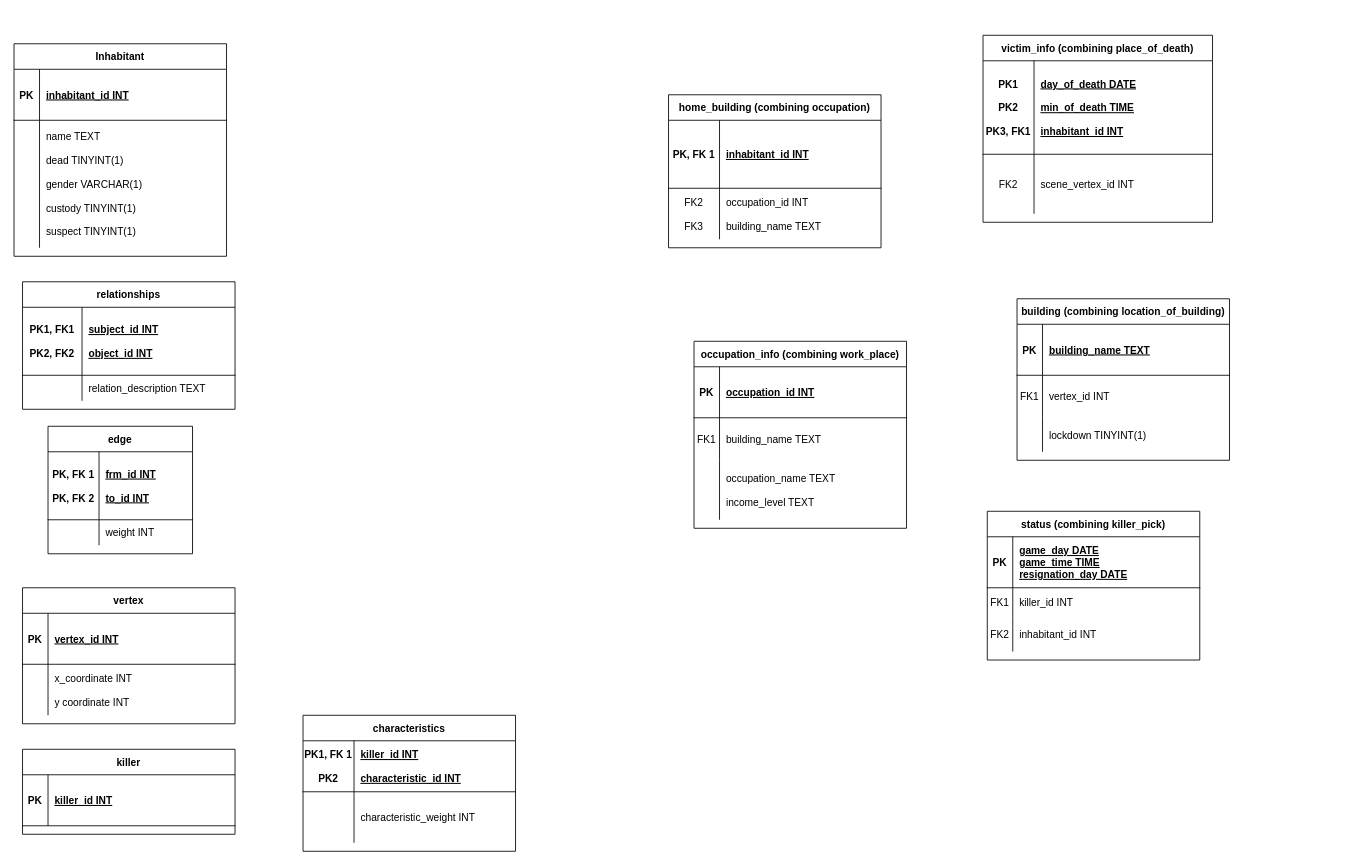
Above: ER_to_relational.drawio in chikubidestroyer/D.-Simulator (draw.io), before the change. Source tidied: cells renumbered, new cells numbered last; positions are measured from the earlier drawing's top-left corner, leaving out a move shared by most shapes. Both pictures are drawn from the tidied source at 85%, with x=0, y=0 at pixel (14, 35).
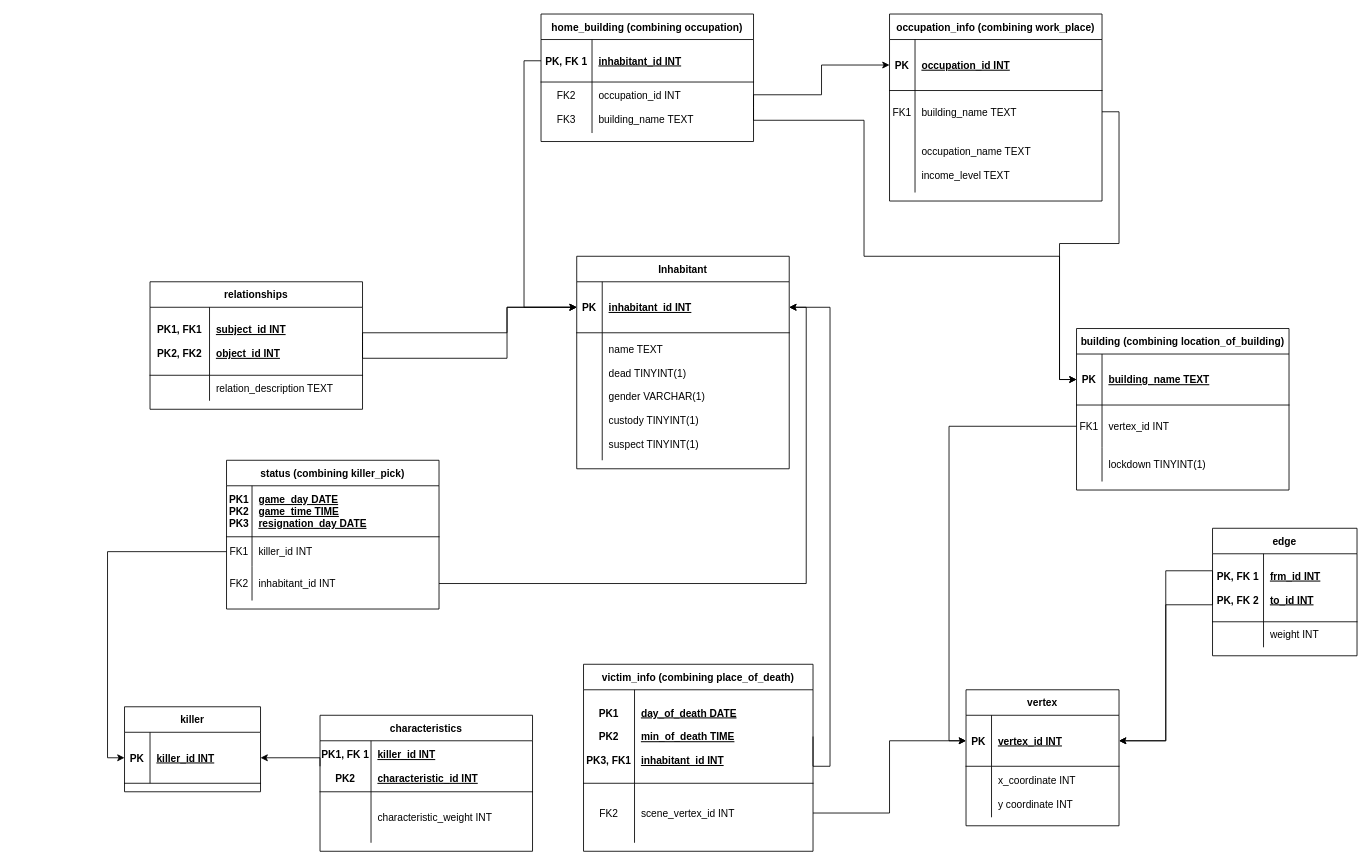
After the change.

Unchanged cells that the change refers to:
```xml
<mxCell id="3" style="shape=partialRectangle;fillColor=none;points=[[0,0.5],[1,0.5]];portConstraint=eastwest;top=0;left=0;right=0;bottom=1;" parent="2" vertex="1">
  <mxGeometry y="30" width="250" height="60" as="geometry" />
</mxCell>
<mxCell id="6" style="shape=partialRectangle;fillColor=none;points=[[0,0.5],[1,0.5]];portConstraint=eastwest;top=0;left=0;right=0;bottom=0;" parent="2" vertex="1">
  <mxGeometry y="90" width="250" height="50" as="geometry" />
</mxCell>
<mxCell id="13" style="shape=partialRectangle;fillColor=none;points=[[0,0.5],[1,0.5]];portConstraint=eastwest;top=0;left=0;right=0;bottom=1;" parent="12" vertex="1">
  <mxGeometry y="30" width="250" height="60" as="geometry" />
</mxCell>
<mxCell id="16" style="shape=partialRectangle;fillColor=none;points=[[0,0.5],[1,0.5]];portConstraint=eastwest;top=0;left=0;right=0;bottom=0;" parent="12" vertex="1">
  <mxGeometry y="90" width="250" height="50" as="geometry" />
</mxCell>
<mxCell id="34" style="shape=partialRectangle;fillColor=none;points=[[0,0.5],[1,0.5]];portConstraint=eastwest;top=0;left=0;right=0;bottom=1;" parent="33" vertex="1">
  <mxGeometry y="30" width="270" height="110" as="geometry" />
</mxCell>
<mxCell id="37" style="shape=partialRectangle;fillColor=none;points=[[0,0.5],[1,0.5]];portConstraint=eastwest;top=0;left=0;right=0;bottom=0;" parent="33" vertex="1">
  <mxGeometry y="140" width="270" height="70" as="geometry" />
</mxCell>
<mxCell id="41" style="shape=partialRectangle;fillColor=none;points=[[0,0.5],[1,0.5]];portConstraint=eastwest;top=0;left=0;right=0;bottom=1;" parent="40" vertex="1">
  <mxGeometry y="30" width="170" height="80" as="geometry" />
</mxCell>
<mxCell id="48" style="shape=partialRectangle;fillColor=none;points=[[0,0.5],[1,0.5]];portConstraint=eastwest;top=0;left=0;right=0;bottom=1;" parent="47" vertex="1">
  <mxGeometry y="30" width="250" height="80" as="geometry" />
</mxCell>
<mxCell id="62" style="shape=partialRectangle;fillColor=none;points=[[0,0.5],[1,0.5]];portConstraint=eastwest;top=0;left=0;right=0;bottom=1;" parent="61" vertex="1">
  <mxGeometry y="30" width="250" height="60" as="geometry" />
</mxCell>
<mxCell id="70" style="shape=partialRectangle;fillColor=none;top=0;left=0;right=0;bottom=1;" parent="69" vertex="1">
  <mxGeometry y="30" width="250" height="60" as="geometry" />
</mxCell>
<mxCell id="73" style="shape=partialRectangle;fillColor=none;points=[[0,0.5],[1,0.5]];portConstraint=eastwest;top=0;left=0;right=0;bottom=0;" parent="69" vertex="1">
  <mxGeometry y="90" width="250" height="35" as="geometry" />
</mxCell>
<mxCell id="81" value="inhabitant_id INT" style="shape=partialRectangle;overflow=hidden;fillColor=none;top=0;left=0;bottom=0;right=0;align=left;spacingLeft=6;" parent="79" vertex="1">
  <mxGeometry x="30" width="220" height="40" as="geometry" />
</mxCell>
<mxCell id="83" style="shape=partialRectangle;fillColor=none;points=[[0,0.5],[1,0.5]];portConstraint=eastwest;top=0;left=0;right=0;bottom=1;" parent="82" vertex="1">
  <mxGeometry y="30" width="250" height="60" as="geometry" />
</mxCell>
```

Change to the diagram source:
```diff
@@
     <mxCell id="2" value="occupation_info (combining work_place)" style="shape=table;startSize=30;childLayout=tableLayout;rowLines=0;fontStyle=1;align=center;" parent="1" vertex="1">
-      <mxGeometry x="800" y="360" width="250" height="220" as="geometry" />
+      <mxGeometry x="1030" y="-25" width="250" height="220" as="geometry" />
     </mxCell>
@@
     <mxCell id="12" value="building (combining location_of_building)" style="shape=table;startSize=30;childLayout=tableLayout;rowLines=0;fontStyle=1;align=center;" parent="1" vertex="1">
-      <mxGeometry x="1180" y="310" width="250" height="190" as="geometry" />
+      <mxGeometry x="1250" y="345" width="250" height="190" as="geometry" />
     </mxCell>
@@
     <mxCell id="22" value="vertex" style="shape=table;startSize=30;childLayout=tableLayout;rowLines=0;fontStyle=1;align=center;" parent="1" vertex="1">
-      <mxGeometry x="10" y="650" width="250" height="160" as="geometry" />
+      <mxGeometry x="1120" y="770" width="180" height="160" as="geometry" />
     </mxCell>
     <mxCell id="23" style="shape=partialRectangle;fillColor=none;points=[[0,0.5],[1,0.5]];portConstraint=eastwest;top=0;left=0;right=0;bottom=1;" parent="22" vertex="1">
-      <mxGeometry y="30" width="250" height="60" as="geometry" />
+      <mxGeometry y="30" width="180" height="60" as="geometry" />
     </mxCell>
@@
     <mxCell id="25" value="vertex_id INT" style="shape=partialRectangle;overflow=hidden;fillColor=none;top=0;left=0;bottom=0;right=0;align=left;spacingLeft=6;fontStyle=5;" parent="23" vertex="1">
-      <mxGeometry x="30" width="220" height="60" as="geometry" />
+      <mxGeometry x="30" width="150" height="60" as="geometry" />
     </mxCell>
     <mxCell id="26" style="shape=partialRectangle;fillColor=none;top=0;left=0;right=0;bottom=0;" parent="22" vertex="1">
-      <mxGeometry y="90" width="250" height="60" as="geometry" />
+      <mxGeometry y="90" width="180" height="60" as="geometry" />
     </mxCell>
@@
     <mxCell id="28" value="x_coordinate INT&#10;&#10;y coordinate INT" style="shape=partialRectangle;overflow=hidden;fillColor=none;top=0;left=0;bottom=0;right=0;align=left;spacingLeft=6;" parent="26" vertex="1">
-      <mxGeometry x="30" width="220" height="60" as="geometry" />
+      <mxGeometry x="30" width="150" height="60" as="geometry" />
     </mxCell>
     <mxCell id="29" value="killer" style="shape=table;startSize=30;childLayout=tableLayout;rowLines=0;fontStyle=1;align=center;" parent="1" vertex="1">
-      <mxGeometry x="10" y="840" width="250" height="100" as="geometry" />
+      <mxGeometry x="130" y="790" width="160" height="100" as="geometry" />
     </mxCell>
     <mxCell id="30" style="shape=partialRectangle;fillColor=none;points=[[0,0.5],[1,0.5]];portConstraint=eastwest;top=0;left=0;right=0;bottom=1;" parent="29" vertex="1">
-      <mxGeometry y="30" width="250" height="60" as="geometry" />
+      <mxGeometry y="30" width="160" height="60" as="geometry" />
     </mxCell>
@@
     <mxCell id="32" value="killer_id INT" style="shape=partialRectangle;overflow=hidden;fillColor=none;top=0;left=0;bottom=0;right=0;align=left;spacingLeft=6;fontStyle=5;" parent="30" vertex="1">
-      <mxGeometry x="30" width="220" height="60" as="geometry" />
+      <mxGeometry x="30" width="130" height="60" as="geometry" />
     </mxCell>
     <mxCell id="33" value="victim_info (combining place_of_death)" style="shape=table;startSize=30;childLayout=tableLayout;rowLines=0;fontStyle=1;align=center;" parent="1" vertex="1">
-      <mxGeometry x="1140" width="270" height="220" as="geometry" />
+      <mxGeometry x="670" y="740" width="270" height="220" as="geometry" />
     </mxCell>
@@
     <mxCell id="40" value="edge" style="shape=table;startSize=30;childLayout=tableLayout;rowLines=0;fontStyle=1;align=center;" parent="1" vertex="1">
-      <mxGeometry x="40" y="460" width="170" height="150" as="geometry" />
+      <mxGeometry x="1410" y="580" width="170" height="150" as="geometry" />
     </mxCell>
@@
     <mxCell id="47" value="relationships" style="shape=table;startSize=30;childLayout=tableLayout;rowLines=0;fontStyle=1;align=center;" parent="1" vertex="1">
-      <mxGeometry x="10" y="290" width="250" height="150" as="geometry" />
+      <mxGeometry x="160" y="290" width="250" height="150" as="geometry" />
     </mxCell>
@@
     <mxCell id="54" value="home_building (combining occupation)" style="shape=table;startSize=30;childLayout=tableLayout;rowLines=0;fontStyle=1;align=center;" parent="1" vertex="1">
-      <mxGeometry x="770" y="70" width="250" height="180" as="geometry" />
+      <mxGeometry x="620" y="-25" width="250" height="150" as="geometry" />
     </mxCell>
     <mxCell id="55" style="shape=partialRectangle;fillColor=none;points=[[0,0.5],[1,0.5]];portConstraint=eastwest;top=0;left=0;right=0;bottom=1;" parent="54" vertex="1">
-      <mxGeometry y="30" width="250" height="80" as="geometry" />
+      <mxGeometry y="30" width="250" height="50" as="geometry" />
     </mxCell>
     <mxCell id="56" value="PK, FK 1" style="shape=partialRectangle;overflow=hidden;fillColor=none;top=0;left=0;bottom=0;right=0;fontStyle=1;" parent="55" vertex="1">
-      <mxGeometry width="60" height="80" as="geometry" />
+      <mxGeometry width="60" height="50" as="geometry" />
     </mxCell>
     <mxCell id="57" value="inhabitant_id INT" style="shape=partialRectangle;overflow=hidden;fillColor=none;top=0;left=0;bottom=0;right=0;align=left;spacingLeft=6;fontStyle=5;" parent="55" vertex="1">
-      <mxGeometry x="60" width="190" height="80" as="geometry" />
+      <mxGeometry x="60" width="190" height="50" as="geometry" />
     </mxCell>
     <mxCell id="58" style="shape=partialRectangle;fillColor=none;points=[[0,0.5],[1,0.5]];portConstraint=eastwest;top=0;left=0;right=0;bottom=0;" parent="54" vertex="1">
-      <mxGeometry y="110" width="250" height="60" as="geometry" />
+      <mxGeometry y="80" width="250" height="60" as="geometry" />
     </mxCell>
@@
     <mxCell id="61" value="characteristics" style="shape=table;startSize=30;childLayout=tableLayout;rowLines=0;fontStyle=1;align=center;" parent="1" vertex="1">
-      <mxGeometry x="340" y="800" width="250" height="160" as="geometry" />
+      <mxGeometry x="360" y="800" width="250" height="160" as="geometry" />
     </mxCell>
@@
     <mxCell id="68" style="group;" parent="1" vertex="1">
-      <mxGeometry x="1145" y="560" width="250" height="230" as="geometry" />
+      <mxGeometry x="250" y="500" width="250" height="230" as="geometry" />
     </mxCell>
@@
-    <mxCell id="71" value="PK" style="shape=partialRectangle;overflow=hidden;fillColor=none;top=0;left=0;bottom=0;right=0;fontStyle=1;" parent="70" vertex="1">
+    <mxCell id="71" value="PK1&#10;PK2&#10;PK3" style="shape=partialRectangle;overflow=hidden;fillColor=none;top=0;left=0;bottom=0;right=0;fontStyle=1;" parent="70" vertex="1">
       <mxGeometry width="30" height="60" as="geometry" />
     </mxCell>
@@
     <mxCell id="82" value="Inhabitant" style="shape=table;startSize=30;childLayout=tableLayout;rowLines=0;fontStyle=1;align=center;" parent="1" vertex="1">
-      <mxGeometry y="10" width="250" height="250" as="geometry" />
+      <mxGeometry x="662" y="260" width="250" height="250" as="geometry" />
     </mxCell>
@@
+    <mxCell id="89" style="edgeStyle=orthogonalEdgeStyle;rounded=0;jettySize=auto;html=1;exitX=0;exitY=0.5;exitDx=0;exitDy=0;entryX=0;entryY=0.5;entryDx=0;entryDy=0;" parent="1" edge="1" source="73" target="30">
+      <mxGeometry relative="1" as="geometry" />
+    </mxCell>
+    <mxCell id="90" style="edgeStyle=orthogonalEdgeStyle;rounded=0;jettySize=auto;html=1;exitX=1;exitY=0.5;exitDx=0;exitDy=0;entryX=1;entryY=0.5;entryDx=0;entryDy=0;" parent="1" edge="1" source="81" target="83">
+      <mxGeometry relative="1" as="geometry" />
+    </mxCell>
+    <mxCell id="91" style="edgeStyle=orthogonalEdgeStyle;rounded=0;jettySize=auto;html=1;exitX=1;exitY=0.5;exitDx=0;exitDy=0;entryX=0;entryY=0.5;entryDx=0;entryDy=0;" parent="1" edge="1" source="6" target="13">
+      <mxGeometry relative="1" as="geometry" />
+    </mxCell>
+    <mxCell id="92" style="edgeStyle=orthogonalEdgeStyle;rounded=0;jettySize=auto;html=1;exitX=0;exitY=0.5;exitDx=0;exitDy=0;entryX=0;entryY=0.5;entryDx=0;entryDy=0;" parent="1" edge="1" source="16" target="23">
+      <mxGeometry relative="1" as="geometry" />
+    </mxCell>
+    <mxCell id="93" style="edgeStyle=orthogonalEdgeStyle;rounded=0;jettySize=auto;html=1;exitX=1;exitY=0.5;exitDx=0;exitDy=0;entryX=0;entryY=0.5;entryDx=0;entryDy=0;" parent="1" edge="1" source="37" target="23">
+      <mxGeometry relative="1" as="geometry" />
+    </mxCell>
+    <mxCell id="94" style="edgeStyle=orthogonalEdgeStyle;rounded=0;jettySize=auto;html=1;exitX=1;exitY=0.5;exitDx=0;exitDy=0;entryX=0;entryY=0.5;entryDx=0;entryDy=0;" parent="1" edge="1" source="48" target="83">
+      <mxGeometry relative="1" as="geometry">
+        <Array as="points">
+          <mxPoint x="500" y="350" />
+          <mxPoint x="580" y="350" />
+          <mxPoint x="580" y="160" />
+        </Array>
+      </mxGeometry>
+    </mxCell>
+    <mxCell id="95" style="edgeStyle=orthogonalEdgeStyle;rounded=0;jettySize=auto;html=1;exitX=1;exitY=0.5;exitDx=0;exitDy=0;entryX=0;entryY=0.5;entryDx=0;entryDy=0;" parent="1" edge="1" source="48" target="83">
+      <mxGeometry relative="1" as="geometry">
+        <Array as="points">
+          <mxPoint x="500" y="380" />
+          <mxPoint x="580" y="380" />
+          <mxPoint x="580" y="160" />
+        </Array>
+      </mxGeometry>
+    </mxCell>
+    <mxCell id="96" style="edgeStyle=orthogonalEdgeStyle;rounded=0;jettySize=auto;html=1;exitX=0;exitY=0.5;exitDx=0;exitDy=0;entryX=0;entryY=0.5;entryDx=0;entryDy=0;" parent="1" edge="1" source="55" target="83">
+      <mxGeometry relative="1" as="geometry" />
+    </mxCell>
+    <mxCell id="97" style="edgeStyle=orthogonalEdgeStyle;rounded=0;jettySize=auto;html=1;exitX=1;exitY=0.5;exitDx=0;exitDy=0;entryX=0;entryY=0.5;entryDx=0;entryDy=0;" parent="1" edge="1" source="58" target="3">
+      <mxGeometry relative="1" as="geometry">
+        <Array as="points">
+          <mxPoint x="870" y="70" />
+          <mxPoint x="950" y="70" />
+          <mxPoint x="950" y="35" />
+        </Array>
+      </mxGeometry>
+    </mxCell>
+    <mxCell id="98" style="edgeStyle=orthogonalEdgeStyle;rounded=0;jettySize=auto;html=1;exitX=1;exitY=0.5;exitDx=0;exitDy=0;entryX=0;entryY=0.5;entryDx=0;entryDy=0;" parent="1" edge="1" source="58" target="13">
+      <mxGeometry relative="1" as="geometry">
+        <Array as="points">
+          <mxPoint x="870" y="100" />
+          <mxPoint x="1000" y="100" />
+          <mxPoint x="1000" y="260" />
+          <mxPoint x="1230" y="260" />
+          <mxPoint x="1230" y="405" />
+        </Array>
+      </mxGeometry>
+    </mxCell>
+    <mxCell id="99" style="edgeStyle=orthogonalEdgeStyle;rounded=0;jettySize=auto;html=1;exitX=0;exitY=0.5;exitDx=0;exitDy=0;entryX=1;entryY=0.5;entryDx=0;entryDy=0;" parent="1" edge="1" source="62" target="30">
+      <mxGeometry relative="1" as="geometry">
+        <Array as="points">
+          <mxPoint x="360" y="850" />
+        </Array>
+      </mxGeometry>
+    </mxCell>
+    <mxCell id="100" style="edgeStyle=orthogonalEdgeStyle;rounded=0;jettySize=auto;html=1;exitX=1;exitY=0.5;exitDx=0;exitDy=0;entryX=1;entryY=0.5;entryDx=0;entryDy=0;" parent="1" edge="1" source="34" target="83">
+      <mxGeometry relative="1" as="geometry">
+        <Array as="points">
+          <mxPoint x="940" y="860" />
+          <mxPoint x="960" y="860" />
+          <mxPoint x="960" y="320" />
+        </Array>
+      </mxGeometry>
+    </mxCell>
+    <mxCell id="101" style="edgeStyle=orthogonalEdgeStyle;rounded=0;jettySize=auto;html=1;exitX=0;exitY=0.5;exitDx=0;exitDy=0;entryX=1;entryY=0.5;entryDx=0;entryDy=0;" parent="1" edge="1" source="41" target="23">
+      <mxGeometry relative="1" as="geometry">
+        <Array as="points">
+          <mxPoint x="1410" y="630" />
+          <mxPoint x="1355" y="630" />
+          <mxPoint x="1355" y="830" />
+        </Array>
+      </mxGeometry>
+    </mxCell>
+    <mxCell id="102" style="edgeStyle=orthogonalEdgeStyle;rounded=0;jettySize=auto;html=1;exitX=0;exitY=0.5;exitDx=0;exitDy=0;entryX=1;entryY=0.5;entryDx=0;entryDy=0;" parent="1" edge="1" source="41" target="23">
+      <mxGeometry relative="1" as="geometry">
+        <Array as="points">
+          <mxPoint x="1410" y="670" />
+          <mxPoint x="1355" y="670" />
+          <mxPoint x="1355" y="830" />
+        </Array>
+      </mxGeometry>
+    </mxCell>
```
